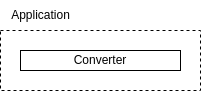
This is _readme/Diagram-App.drawio.png from ames0k0/TP--Audio-File-Converter, a draw.io export, as it was before one commit. Source tidied: cells renumbered, new cells last; positions are measured from the earlier drawing's top-left corner, leaving out a move shared by most shapes.
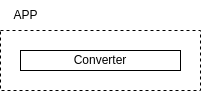
The same file after the commit.

Diff of the diagram source:
```diff
@@ -17,8 +17,8 @@
         </Array>
       </mxGeometry>
     </mxCell>
-    <mxCell id="4" value="Application" style="text;html=1;align=center;verticalAlign=middle;strokeColor=none;fillColor=none;" parent="1" vertex="1">
-      <mxGeometry width="80" height="30" as="geometry" />
+    <mxCell id="4" value="APP" style="text;html=1;align=center;verticalAlign=middle;strokeColor=none;fillColor=none;" parent="1" vertex="1">
+      <mxGeometry width="50" height="30" as="geometry" />
     </mxCell>
   </root>
 </mxGraphModel>
```
